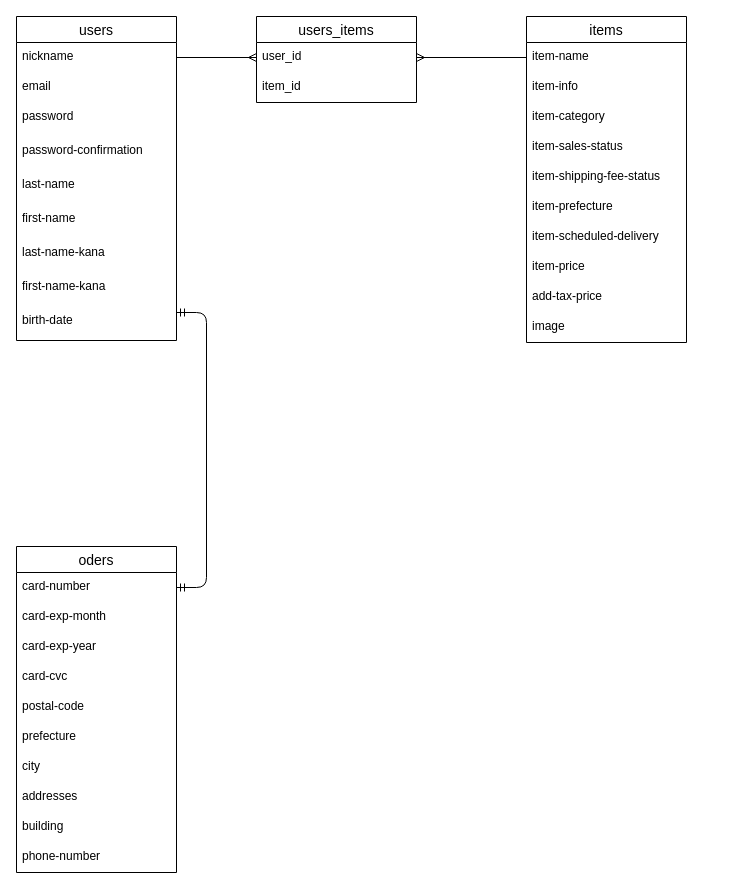
Before: er.dio in takehiyuu/furima-34019, a draw.io diagram. Source tidied: cells renumbered, new cells numbered last; positions are measured from the earlier drawing's top-left corner, leaving out a move shared by most shapes. Both pictures are drawn from the tidied source at 100%, with x=0, y=0 at pixel (16, 16).
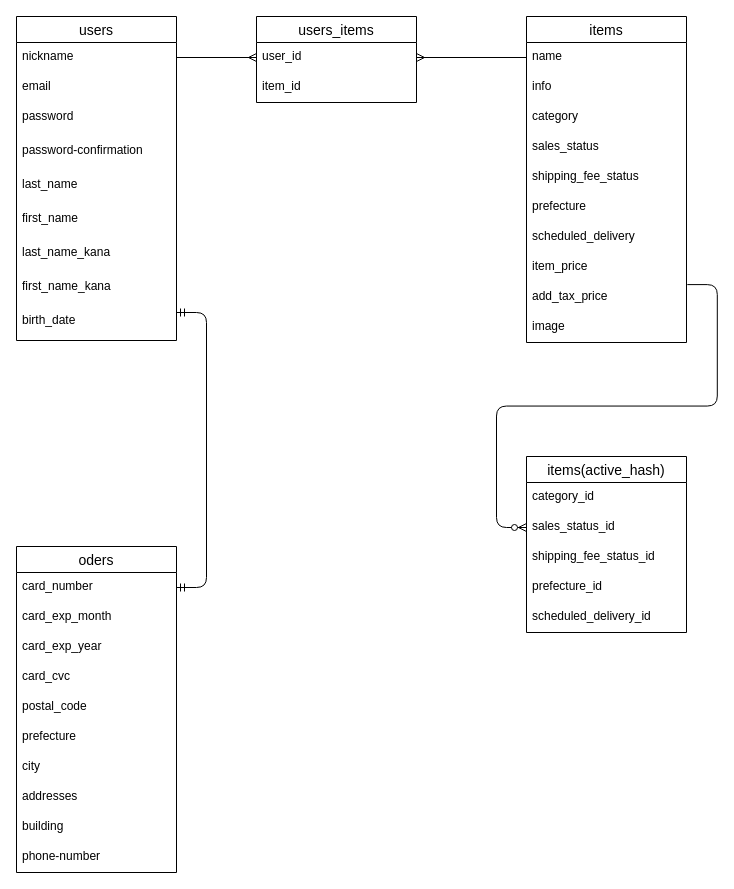
Above is the later version.

Commit message (it also covers changes not shown here):
ER図及びREDME修正

The change refers to these unchanged cells:
```xml
<mxCell id="2" value="users" style="swimlane;fontStyle=0;horizontal=1;startSize=26;align=center;fontSize=14;" parent="1" vertex="1">
  <mxGeometry width="160" height="324" as="geometry" />
</mxCell>
<mxCell id="12" value="items" style="swimlane;fontStyle=0;horizontal=1;startSize=26;align=center;fontSize=14;" parent="1" vertex="1">
  <mxGeometry x="510" width="160" height="326" as="geometry" />
</mxCell>
<mxCell id="26" value="oders" style="swimlane;fontStyle=0;horizontal=1;startSize=26;align=center;fontSize=14;" parent="1" vertex="1">
  <mxGeometry y="530" width="160" height="326" as="geometry" />
</mxCell>
```

Diff of the diagram source:
```diff
@@
-    <mxCell id="7" value="last-name" style="text;strokeColor=none;fillColor=none;spacingLeft=4;spacingRight=4;overflow=hidden;fontSize=12;" parent="2" vertex="1">
+    <mxCell id="7" value="last_name" style="text;strokeColor=none;fillColor=none;spacingLeft=4;spacingRight=4;overflow=hidden;fontSize=12;" parent="2" vertex="1">
       <mxGeometry y="154" width="160" height="34" as="geometry" />
     </mxCell>
-    <mxCell id="8" value="first-name" style="text;strokeColor=none;fillColor=none;spacingLeft=4;spacingRight=4;overflow=hidden;fontSize=12;" parent="2" vertex="1">
+    <mxCell id="8" value="first_name" style="text;strokeColor=none;fillColor=none;spacingLeft=4;spacingRight=4;overflow=hidden;fontSize=12;" parent="2" vertex="1">
       <mxGeometry y="188" width="160" height="34" as="geometry" />
     </mxCell>
-    <mxCell id="9" value="last-name-kana" style="text;strokeColor=none;fillColor=none;spacingLeft=4;spacingRight=4;overflow=hidden;fontSize=12;" parent="2" vertex="1">
+    <mxCell id="9" value="last_name_kana" style="text;strokeColor=none;fillColor=none;spacingLeft=4;spacingRight=4;overflow=hidden;fontSize=12;" parent="2" vertex="1">
       <mxGeometry y="222" width="160" height="34" as="geometry" />
     </mxCell>
-    <mxCell id="10" value="first-name-kana" style="text;strokeColor=none;fillColor=none;spacingLeft=4;spacingRight=4;overflow=hidden;fontSize=12;" parent="2" vertex="1">
+    <mxCell id="10" value="first_name_kana" style="text;strokeColor=none;fillColor=none;spacingLeft=4;spacingRight=4;overflow=hidden;fontSize=12;" parent="2" vertex="1">
       <mxGeometry y="256" width="160" height="34" as="geometry" />
     </mxCell>
-    <mxCell id="11" value="birth-date" style="text;strokeColor=none;fillColor=none;spacingLeft=4;spacingRight=4;overflow=hidden;fontSize=12;" parent="2" vertex="1">
+    <mxCell id="11" value="birth_date" style="text;strokeColor=none;fillColor=none;spacingLeft=4;spacingRight=4;overflow=hidden;fontSize=12;" parent="2" vertex="1">
       <mxGeometry y="290" width="160" height="34" as="geometry" />
     </mxCell>
@@
-    <mxCell id="13" value="item-name" style="text;strokeColor=none;fillColor=none;spacingLeft=4;spacingRight=4;overflow=hidden;points=[[0,0.5],[1,0.5]];portConstraint=eastwest;fontSize=12;" parent="12" vertex="1">
+    <mxCell id="13" value="name" style="text;strokeColor=none;fillColor=none;spacingLeft=4;spacingRight=4;overflow=hidden;points=[[0,0.5],[1,0.5]];portConstraint=eastwest;fontSize=12;" parent="12" vertex="1">
       <mxGeometry y="26" width="160" height="30" as="geometry" />
     </mxCell>
-    <mxCell id="14" value="item-info" style="text;strokeColor=none;fillColor=none;spacingLeft=4;spacingRight=4;overflow=hidden;fontSize=12;" parent="12" vertex="1">
+    <mxCell id="14" value="info" style="text;strokeColor=none;fillColor=none;spacingLeft=4;spacingRight=4;overflow=hidden;fontSize=12;" parent="12" vertex="1">
       <mxGeometry y="56" width="160" height="30" as="geometry" />
     </mxCell>
-    <mxCell id="15" value="item-category" style="text;strokeColor=none;fillColor=none;spacingLeft=4;spacingRight=4;overflow=hidden;fontSize=12;" parent="12" vertex="1">
+    <mxCell id="15" value="category" style="text;strokeColor=none;fillColor=none;spacingLeft=4;spacingRight=4;overflow=hidden;fontSize=12;" parent="12" vertex="1">
       <mxGeometry y="86" width="160" height="30" as="geometry" />
     </mxCell>
-    <mxCell id="16" value="item-sales-status" style="text;strokeColor=none;fillColor=none;spacingLeft=4;spacingRight=4;overflow=hidden;fontSize=12;" parent="12" vertex="1">
+    <mxCell id="16" value="sales_status" style="text;strokeColor=none;fillColor=none;spacingLeft=4;spacingRight=4;overflow=hidden;fontSize=12;" parent="12" vertex="1">
       <mxGeometry y="116" width="160" height="30" as="geometry" />
     </mxCell>
-    <mxCell id="17" value="item-shipping-fee-status" style="text;strokeColor=none;fillColor=none;spacingLeft=4;spacingRight=4;overflow=hidden;fontSize=12;" parent="12" vertex="1">
+    <mxCell id="17" value="shipping_fee_status" style="text;strokeColor=none;fillColor=none;spacingLeft=4;spacingRight=4;overflow=hidden;fontSize=12;" parent="12" vertex="1">
       <mxGeometry y="146" width="160" height="30" as="geometry" />
     </mxCell>
-    <mxCell id="18" value="item-prefecture" style="text;strokeColor=none;fillColor=none;spacingLeft=4;spacingRight=4;overflow=hidden;fontSize=12;" parent="12" vertex="1">
+    <mxCell id="18" value="prefecture" style="text;strokeColor=none;fillColor=none;spacingLeft=4;spacingRight=4;overflow=hidden;fontSize=12;" parent="12" vertex="1">
       <mxGeometry y="176" width="160" height="30" as="geometry" />
     </mxCell>
-    <mxCell id="19" value="item-scheduled-delivery" style="text;strokeColor=none;fillColor=none;spacingLeft=4;spacingRight=4;overflow=hidden;fontSize=12;" parent="12" vertex="1">
+    <mxCell id="19" value="scheduled_delivery" style="text;strokeColor=none;fillColor=none;spacingLeft=4;spacingRight=4;overflow=hidden;fontSize=12;" parent="12" vertex="1">
       <mxGeometry y="206" width="160" height="30" as="geometry" />
     </mxCell>
-    <mxCell id="20" value="item-price" style="text;strokeColor=none;fillColor=none;spacingLeft=4;spacingRight=4;overflow=hidden;fontSize=12;" parent="12" vertex="1">
+    <mxCell id="20" value="item_price" style="text;strokeColor=none;fillColor=none;spacingLeft=4;spacingRight=4;overflow=hidden;fontSize=12;" parent="12" vertex="1">
       <mxGeometry y="236" width="160" height="30" as="geometry" />
     </mxCell>
-    <mxCell id="21" value="add-tax-price" style="text;strokeColor=none;fillColor=none;spacingLeft=4;spacingRight=4;overflow=hidden;points=[[0,0.5],[1,0.5]];portConstraint=eastwest;fontSize=12;" parent="12" vertex="1">
+    <mxCell id="21" value="add_tax_price" style="text;strokeColor=none;fillColor=none;spacingLeft=4;spacingRight=4;overflow=hidden;points=[[0,0.5],[1,0.5]];portConstraint=eastwest;fontSize=12;" parent="12" vertex="1">
       <mxGeometry y="266" width="160" height="30" as="geometry" />
     </mxCell>
@@
-    <mxCell id="27" value="card-number" style="text;strokeColor=none;fillColor=none;spacingLeft=4;spacingRight=4;overflow=hidden;points=[[0,0.5],[1,0.5]];portConstraint=eastwest;fontSize=12;" parent="26" vertex="1">
+    <mxCell id="27" value="card_number" style="text;strokeColor=none;fillColor=none;spacingLeft=4;spacingRight=4;overflow=hidden;points=[[0,0.5],[1,0.5]];portConstraint=eastwest;fontSize=12;" parent="26" vertex="1">
       <mxGeometry y="26" width="160" height="30" as="geometry" />
     </mxCell>
-    <mxCell id="28" value="card-exp-month" style="text;strokeColor=none;fillColor=none;spacingLeft=4;spacingRight=4;overflow=hidden;fontSize=12;" parent="26" vertex="1">
+    <mxCell id="28" value="card_exp_month" style="text;strokeColor=none;fillColor=none;spacingLeft=4;spacingRight=4;overflow=hidden;fontSize=12;" parent="26" vertex="1">
       <mxGeometry y="56" width="160" height="30" as="geometry" />
     </mxCell>
-    <mxCell id="29" value="card-exp-year" style="text;strokeColor=none;fillColor=none;spacingLeft=4;spacingRight=4;overflow=hidden;fontSize=12;" parent="26" vertex="1">
+    <mxCell id="29" value="card_exp_year" style="text;strokeColor=none;fillColor=none;spacingLeft=4;spacingRight=4;overflow=hidden;fontSize=12;" parent="26" vertex="1">
       <mxGeometry y="86" width="160" height="30" as="geometry" />
     </mxCell>
-    <mxCell id="30" value="card-cvc" style="text;strokeColor=none;fillColor=none;spacingLeft=4;spacingRight=4;overflow=hidden;fontSize=12;" parent="26" vertex="1">
+    <mxCell id="30" value="card_cvc" style="text;strokeColor=none;fillColor=none;spacingLeft=4;spacingRight=4;overflow=hidden;fontSize=12;" parent="26" vertex="1">
       <mxGeometry y="116" width="160" height="30" as="geometry" />
     </mxCell>
-    <mxCell id="31" value="postal-code" style="text;strokeColor=none;fillColor=none;spacingLeft=4;spacingRight=4;overflow=hidden;fontSize=12;" parent="26" vertex="1">
+    <mxCell id="31" value="postal_code" style="text;strokeColor=none;fillColor=none;spacingLeft=4;spacingRight=4;overflow=hidden;fontSize=12;" parent="26" vertex="1">
       <mxGeometry y="146" width="160" height="30" as="geometry" />
     </mxCell>
@@
+    <mxCell id="40" value="items(active_hash)" style="swimlane;fontStyle=0;horizontal=1;startSize=26;align=center;fontSize=14;" parent="1" vertex="1">
+      <mxGeometry x="510" y="440" width="160" height="176" as="geometry" />
+    </mxCell>
+    <mxCell id="41" value="category_id" style="text;strokeColor=none;fillColor=none;spacingLeft=4;spacingRight=4;overflow=hidden;fontSize=12;" parent="40" vertex="1">
+      <mxGeometry y="26" width="160" height="30" as="geometry" />
+    </mxCell>
+    <mxCell id="42" value="sales_status_id" style="text;strokeColor=none;fillColor=none;spacingLeft=4;spacingRight=4;overflow=hidden;fontSize=12;" parent="40" vertex="1">
+      <mxGeometry y="56" width="160" height="30" as="geometry" />
+    </mxCell>
+    <mxCell id="43" value="shipping_fee_status_id" style="text;strokeColor=none;fillColor=none;spacingLeft=4;spacingRight=4;overflow=hidden;fontSize=12;" parent="40" vertex="1">
+      <mxGeometry y="86" width="160" height="30" as="geometry" />
+    </mxCell>
+    <mxCell id="44" value="prefecture_id" style="text;strokeColor=none;fillColor=none;spacingLeft=4;spacingRight=4;overflow=hidden;fontSize=12;" parent="40" vertex="1">
+      <mxGeometry y="116" width="160" height="30" as="geometry" />
+    </mxCell>
+    <mxCell id="45" value="scheduled_delivery_id" style="text;strokeColor=none;fillColor=none;spacingLeft=4;spacingRight=4;overflow=hidden;fontSize=12;" parent="40" vertex="1">
+      <mxGeometry y="146" width="160" height="30" as="geometry" />
+    </mxCell>
+    <mxCell id="46" style="edgeStyle=entityRelationEdgeStyle;fontSize=12;html=1;endArrow=ERzeroToMany;endFill=1;exitX=1.005;exitY=0.07;exitDx=0;exitDy=0;exitPerimeter=0;" parent="1" edge="1" source="21">
+      <mxGeometry relative="1" as="geometry">
+        <mxPoint x="510" y="511" as="targetPoint" />
+      </mxGeometry>
+    </mxCell>
```
